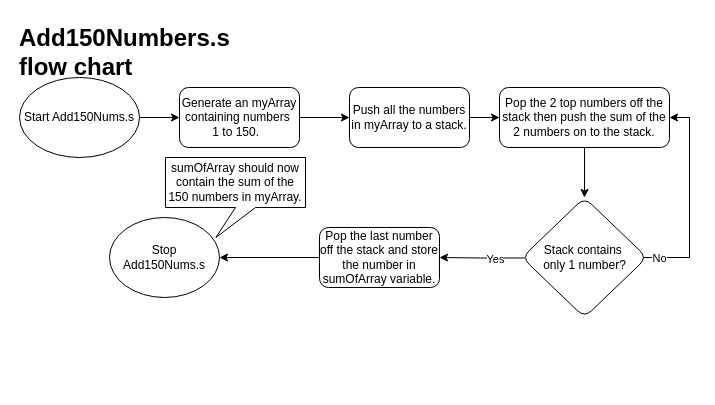
amirabdullahi1/gold keeps this draw.io diagram as ECE 255/Add150NumbersFlowChart.drawio. Above is the earlier version. Source tidied: cells renumbered, new cells numbered last; positions are measured from the earlier drawing's top-left corner, leaving out a move shared by most shapes. Both pictures are drawn from the tidied source at 100%, with x=0, y=0 at pixel (17, 17).
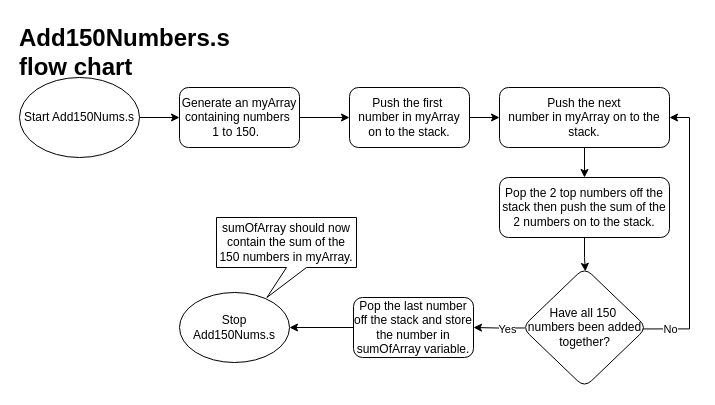
The same page after the edit.

The edit, as a diff of the source:
```diff
@@
-    <mxCell id="7" value="Push all the numbers in myArray to a stack." style="rounded=1;whiteSpace=wrap;html=1;" parent="1" vertex="1">
+    <mxCell id="7" value="Push the first&amp;nbsp;&lt;div&gt;number in myArray on to the stack.&lt;/div&gt;" style="rounded=1;whiteSpace=wrap;html=1;" parent="1" vertex="1">
       <mxGeometry x="332" y="70" width="120" height="60" as="geometry" />
     </mxCell>
-    <mxCell id="8" style="edgeStyle=orthogonalEdgeStyle;rounded=0;jettySize=auto;html=1;" parent="1" edge="1" source="9" target="14">
-      <mxGeometry relative="1" as="geometry" />
-    </mxCell>
+    <mxCell id="20" style="edgeStyle=orthogonalEdgeStyle;rounded=0;jettySize=auto;html=1;entryX=0.5;entryY=0;entryDx=0;entryDy=0;" parent="1" edge="1" source="9" target="21">
+      <mxGeometry relative="1" as="geometry" />
+    </mxCell>
-    <mxCell id="9" value="Pop the 2 top numbers off the stack then push the sum of the 2 numbers on to the stack." style="whiteSpace=wrap;html=1;rounded=1;" parent="1" vertex="1">
+    <mxCell id="9" value="Push the next&lt;div&gt;number in myArray on to the stack.&lt;/div&gt;" style="whiteSpace=wrap;html=1;rounded=1;" parent="1" vertex="1">
       <mxGeometry x="482" y="70" width="170" height="60" as="geometry" />
     </mxCell>
     <mxCell id="10" style="edgeStyle=orthogonalEdgeStyle;rounded=0;jettySize=auto;html=1;entryX=1;entryY=0.5;entryDx=0;entryDy=0;exitX=0.957;exitY=0.512;exitDx=0;exitDy=0;exitPerimeter=0;" parent="1" edge="1" source="14" target="9">
       <mxGeometry relative="1" as="geometry">
         <Array as="points">
-          <mxPoint x="624" y="240" />
-          <mxPoint x="672" y="240" />
+          <mxPoint x="672" y="311" />
           <mxPoint x="672" y="100" />
         </Array>
       </mxGeometry>
     </mxCell>
@@
-    <mxCell id="14" value="Stack contains&amp;nbsp;&lt;div&gt;only&amp;nbsp;&lt;span style=&quot;background-color: initial;&quot;&gt;1&amp;nbsp;&lt;/span&gt;&lt;span style=&quot;background-color: initial;&quot;&gt;number?&lt;/span&gt;&lt;/div&gt;" style="rhombus;whiteSpace=wrap;html=1;rounded=1;" parent="1" vertex="1">
-      <mxGeometry x="504.5" y="180" width="125" height="120" as="geometry" />
+    <mxCell id="14" value="&lt;div&gt;Have all 150&amp;nbsp;&lt;/div&gt;&lt;div&gt;&lt;span style=&quot;background-color: initial;&quot;&gt;numbers been&amp;nbsp;&lt;/span&gt;&lt;span style=&quot;background-color: initial;&quot;&gt;added&lt;/span&gt;&lt;/div&gt;&lt;div&gt;&lt;span style=&quot;background-color: initial;&quot;&gt;together?&lt;/span&gt;&lt;/div&gt;" style="rhombus;whiteSpace=wrap;html=1;rounded=1;" parent="1" vertex="1">
+      <mxGeometry x="504.5" y="250" width="125" height="120" as="geometry" />
     </mxCell>
@@
     <mxCell id="16" value="Pop the last number off the stack and store the number in sumOfArray variable." style="whiteSpace=wrap;html=1;rounded=1;" parent="1" vertex="1">
-      <mxGeometry x="302" y="210" width="120" height="60" as="geometry" />
+      <mxGeometry x="336" y="280" width="120" height="60" as="geometry" />
     </mxCell>
     <mxCell id="17" value="Stop Add150Nums.s" style="ellipse;whiteSpace=wrap;html=1;rounded=1;" parent="1" vertex="1">
-      <mxGeometry x="92" y="200" width="110" height="80" as="geometry" />
+      <mxGeometry x="162" y="275" width="110" height="70" as="geometry" />
     </mxCell>
     <mxCell id="18" value="sumOfArray should now contain the sum of the 150 numbers in myArray." style="shape=callout;whiteSpace=wrap;html=1;perimeter=calloutPerimeter;position2=0.36;" parent="1" vertex="1">
-      <mxGeometry x="148" y="140" width="140" height="80" as="geometry" />
+      <mxGeometry x="199" y="200" width="140" height="80" as="geometry" />
     </mxCell>
@@
+    <mxCell id="21" value="Pop the 2 top numbers off the stack then push the sum of the 2 numbers on to the stack." style="rounded=1;whiteSpace=wrap;html=1;" parent="1" vertex="1">
+      <mxGeometry x="482" y="160" width="170" height="60" as="geometry" />
+    </mxCell>
+    <mxCell id="22" style="edgeStyle=orthogonalEdgeStyle;rounded=0;jettySize=auto;html=1;entryX=0.507;entryY=0.032;entryDx=0;entryDy=0;entryPerimeter=0;" parent="1" edge="1" source="21" target="14">
+      <mxGeometry relative="1" as="geometry" />
+    </mxCell>
```
